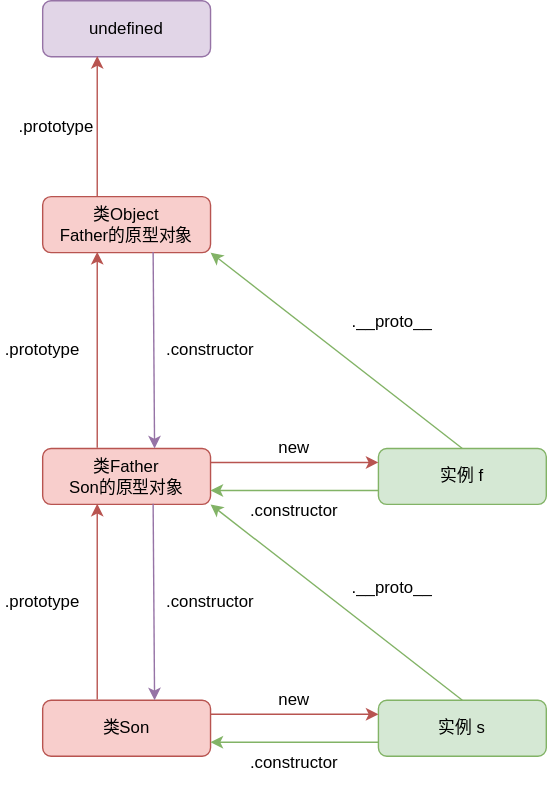
Above: images/javascript/prototype-chain.svg in overnote/over-javascript (draw.io), before the change. Source tidied: cells renumbered, new cells last; positions are measured from the earlier drawing's top-left corner, leaving out a move shared by most shapes. Source of this version:
```xml
<mxGraphModel>
  <root>
    <mxCell id="0" />
    <mxCell id="1" parent="0" />
    <mxCell id="2" value=".__proto__" style="text;html=1;strokeColor=none;fillColor=none;align=center;verticalAlign=middle;whiteSpace=wrap;rounded=0;" parent="1" vertex="1">
      <mxGeometry x="250" y="410" width="60" height="20" as="geometry" />
    </mxCell>
    <mxCell id="3" value=".constructor" style="text;html=1;strokeColor=none;fillColor=none;align=center;verticalAlign=middle;whiteSpace=wrap;rounded=0;" parent="1" vertex="1">
      <mxGeometry x="120" y="420" width="60" height="20" as="geometry" />
    </mxCell>
    <mxCell id="4" value=".prototype" style="text;html=1;strokeColor=none;fillColor=none;align=center;verticalAlign=middle;whiteSpace=wrap;rounded=0;" parent="1" vertex="1">
      <mxGeometry y="420" width="60" height="20" as="geometry" />
    </mxCell>
    <mxCell id="5" value="类Son" style="rounded=1;whiteSpace=wrap;html=1;fillColor=#f8cecc;strokeColor=#b85450;" parent="1" vertex="1">
      <mxGeometry x="30" y="500" width="120" height="40" as="geometry" />
    </mxCell>
    <mxCell id="6" value="实例 s" style="rounded=1;whiteSpace=wrap;html=1;fillColor=#d5e8d4;strokeColor=#82b366;" parent="1" vertex="1">
      <mxGeometry x="270" y="500" width="120" height="40" as="geometry" />
    </mxCell>
    <mxCell id="7" value="类Father&lt;br&gt;Son的原型对象" style="rounded=1;whiteSpace=wrap;html=1;fillColor=#f8cecc;strokeColor=#b85450;" parent="1" vertex="1">
      <mxGeometry x="30" y="320" width="120" height="40" as="geometry" />
    </mxCell>
    <mxCell id="8" style="endArrow=classic;html=1;exitX=0.5;exitY=0;exitDx=0;exitDy=0;entryX=1;entryY=1;entryDx=0;entryDy=0;fillColor=#d5e8d4;strokeColor=#82b366;" parent="1" edge="1" source="6" target="7">
      <mxGeometry relative="1" as="geometry" />
    </mxCell>
    <mxCell id="9" style="endArrow=classic;html=1;exitX=0.325;exitY=-0.012;exitDx=0;exitDy=0;entryX=0.325;entryY=0.988;entryDx=0;entryDy=0;fillColor=#f8cecc;strokeColor=#b85450;exitPerimeter=0;entryPerimeter=0;" parent="1" edge="1" source="5" target="7">
      <mxGeometry relative="1" as="geometry" />
    </mxCell>
    <mxCell id="10" value="new" style="text;html=1;strokeColor=none;fillColor=none;align=center;verticalAlign=middle;whiteSpace=wrap;rounded=0;" parent="1" vertex="1">
      <mxGeometry x="190" y="490" width="40" height="20" as="geometry" />
    </mxCell>
    <mxCell id="11" style="endArrow=classic;html=1;rounded=0;exitX=1;exitY=0.25;exitDx=0;exitDy=0;entryX=0;entryY=0.25;entryDx=0;entryDy=0;fillColor=#f8cecc;strokeColor=#b85450;" parent="1" edge="1" source="5" target="6">
      <mxGeometry relative="1" as="geometry" />
    </mxCell>
    <mxCell id="12" style="endArrow=classic;html=1;rounded=0;entryX=1;entryY=0.75;entryDx=0;entryDy=0;exitX=0;exitY=0.75;exitDx=0;exitDy=0;fillColor=#d5e8d4;strokeColor=#82b366;" parent="1" edge="1" source="6" target="5">
      <mxGeometry relative="1" as="geometry" />
    </mxCell>
    <mxCell id="13" value=".constructor" style="text;html=1;strokeColor=none;fillColor=none;align=center;verticalAlign=middle;whiteSpace=wrap;rounded=0;" parent="1" vertex="1">
      <mxGeometry x="180" y="530" width="60" height="30" as="geometry" />
    </mxCell>
    <mxCell id="14" style="endArrow=classic;html=1;rounded=0;exitX=0.658;exitY=0.988;exitDx=0;exitDy=0;fillColor=#e1d5e7;strokeColor=#9673a6;exitPerimeter=0;" parent="1" edge="1" source="7">
      <mxGeometry relative="1" as="geometry">
        <mxPoint x="110" y="500" as="targetPoint" />
      </mxGeometry>
    </mxCell>
    <mxCell id="15" value=".__proto__" style="text;html=1;strokeColor=none;fillColor=none;align=center;verticalAlign=middle;whiteSpace=wrap;rounded=0;" parent="1" vertex="1">
      <mxGeometry x="250" y="220" width="60" height="20" as="geometry" />
    </mxCell>
    <mxCell id="16" value=".constructor" style="text;html=1;strokeColor=none;fillColor=none;align=center;verticalAlign=middle;whiteSpace=wrap;rounded=0;" parent="1" vertex="1">
      <mxGeometry x="120" y="240" width="60" height="20" as="geometry" />
    </mxCell>
    <mxCell id="17" value=".prototype" style="text;html=1;strokeColor=none;fillColor=none;align=center;verticalAlign=middle;whiteSpace=wrap;rounded=0;" parent="1" vertex="1">
      <mxGeometry y="240" width="60" height="20" as="geometry" />
    </mxCell>
    <mxCell id="18" value="实例 f" style="rounded=1;whiteSpace=wrap;html=1;fillColor=#d5e8d4;strokeColor=#82b366;" parent="1" vertex="1">
      <mxGeometry x="270" y="320" width="120" height="40" as="geometry" />
    </mxCell>
    <mxCell id="19" value="类Object&lt;br&gt;Father的原型对象" style="rounded=1;whiteSpace=wrap;html=1;fillColor=#f8cecc;strokeColor=#b85450;" parent="1" vertex="1">
      <mxGeometry x="30" y="140" width="120" height="40" as="geometry" />
    </mxCell>
    <mxCell id="20" style="endArrow=classic;html=1;exitX=0.5;exitY=0;exitDx=0;exitDy=0;entryX=1;entryY=1;entryDx=0;entryDy=0;fillColor=#d5e8d4;strokeColor=#82b366;" parent="1" edge="1" source="18" target="19">
      <mxGeometry relative="1" as="geometry" />
    </mxCell>
    <mxCell id="21" style="endArrow=classic;html=1;exitX=0.325;exitY=-0.012;exitDx=0;exitDy=0;entryX=0.325;entryY=0.988;entryDx=0;entryDy=0;fillColor=#f8cecc;strokeColor=#b85450;exitPerimeter=0;entryPerimeter=0;" parent="1" edge="1" target="19">
      <mxGeometry relative="1" as="geometry">
        <mxPoint x="69" y="319.5" as="sourcePoint" />
      </mxGeometry>
    </mxCell>
    <mxCell id="22" style="endArrow=classic;html=1;rounded=0;exitX=0.658;exitY=0.988;exitDx=0;exitDy=0;fillColor=#e1d5e7;strokeColor=#9673a6;exitPerimeter=0;" parent="1" edge="1" source="19">
      <mxGeometry relative="1" as="geometry">
        <mxPoint x="110" y="320" as="targetPoint" />
      </mxGeometry>
    </mxCell>
    <mxCell id="23" value="new" style="text;html=1;strokeColor=none;fillColor=none;align=center;verticalAlign=middle;whiteSpace=wrap;rounded=0;" parent="1" vertex="1">
      <mxGeometry x="190" y="310" width="40" height="20" as="geometry" />
    </mxCell>
    <mxCell id="24" style="endArrow=classic;html=1;rounded=0;exitX=1;exitY=0.25;exitDx=0;exitDy=0;entryX=0;entryY=0.25;entryDx=0;entryDy=0;fillColor=#f8cecc;strokeColor=#b85450;" parent="1" edge="1">
      <mxGeometry relative="1" as="geometry">
        <mxPoint x="150" y="330" as="sourcePoint" />
        <mxPoint x="270" y="330" as="targetPoint" />
      </mxGeometry>
    </mxCell>
    <mxCell id="25" style="endArrow=classic;html=1;rounded=0;entryX=1;entryY=0.75;entryDx=0;entryDy=0;exitX=0;exitY=0.75;exitDx=0;exitDy=0;fillColor=#d5e8d4;strokeColor=#82b366;" parent="1" edge="1">
      <mxGeometry relative="1" as="geometry">
        <mxPoint x="270" y="350" as="sourcePoint" />
        <mxPoint x="150" y="350" as="targetPoint" />
      </mxGeometry>
    </mxCell>
    <mxCell id="26" value=".constructor" style="text;html=1;strokeColor=none;fillColor=none;align=center;verticalAlign=middle;whiteSpace=wrap;rounded=0;" parent="1" vertex="1">
      <mxGeometry x="180" y="350" width="60" height="30" as="geometry" />
    </mxCell>
    <mxCell id="27" value="undefined" style="rounded=1;whiteSpace=wrap;html=1;fillColor=#e1d5e7;strokeColor=#9673a6;" parent="1" vertex="1">
      <mxGeometry x="30" width="120" height="40" as="geometry" />
    </mxCell>
    <mxCell id="28" style="endArrow=classic;html=1;exitX=0.325;exitY=-0.012;exitDx=0;exitDy=0;entryX=0.325;entryY=0.988;entryDx=0;entryDy=0;fillColor=#f8cecc;strokeColor=#b85450;exitPerimeter=0;entryPerimeter=0;" parent="1" edge="1" target="27">
      <mxGeometry relative="1" as="geometry">
        <mxPoint x="69" y="140" as="sourcePoint" />
      </mxGeometry>
    </mxCell>
    <mxCell id="29" value=".prototype" style="text;html=1;strokeColor=none;fillColor=none;align=center;verticalAlign=middle;whiteSpace=wrap;rounded=0;" parent="1" vertex="1">
      <mxGeometry x="10" y="80" width="60" height="20" as="geometry" />
    </mxCell>
  </root>
</mxGraphModel>
```
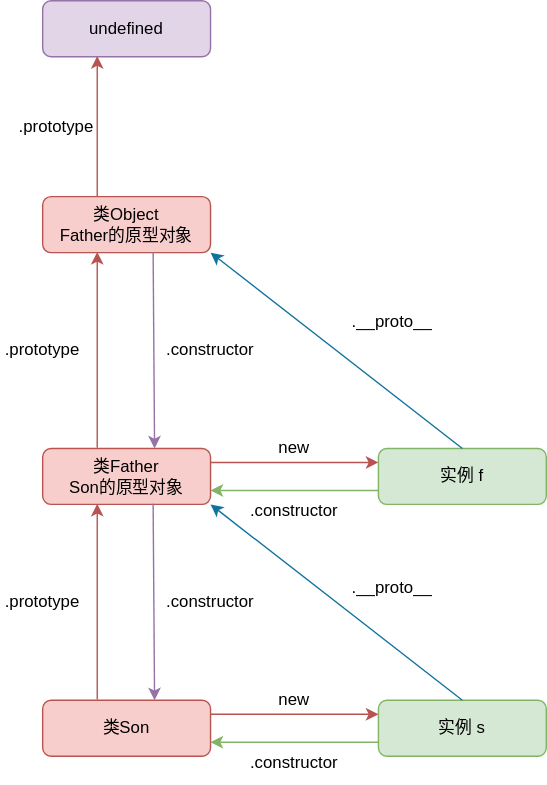
Later version of the same file.

Commit message:
修正原型链相关图片颜色

The edit, as a diff of the source:
```diff
@@ -20,7 +20,7 @@
     <mxCell id="7" value="类Father&lt;br&gt;Son的原型对象" style="rounded=1;whiteSpace=wrap;html=1;fillColor=#f8cecc;strokeColor=#b85450;" parent="1" vertex="1">
       <mxGeometry x="30" y="320" width="120" height="40" as="geometry" />
     </mxCell>
-    <mxCell id="8" style="endArrow=classic;html=1;exitX=0.5;exitY=0;exitDx=0;exitDy=0;entryX=1;entryY=1;entryDx=0;entryDy=0;fillColor=#d5e8d4;strokeColor=#82b366;" parent="1" edge="1" source="6" target="7">
+    <mxCell id="8" style="endArrow=classic;html=1;exitX=0.5;exitY=0;exitDx=0;exitDy=0;entryX=1;entryY=1;entryDx=0;entryDy=0;fillColor=#b1ddf0;strokeColor=#10739e;" parent="1" edge="1" source="6" target="7">
       <mxGeometry relative="1" as="geometry" />
     </mxCell>
     <mxCell id="9" style="endArrow=classic;html=1;exitX=0.325;exitY=-0.012;exitDx=0;exitDy=0;entryX=0.325;entryY=0.988;entryDx=0;entryDy=0;fillColor=#f8cecc;strokeColor=#b85450;exitPerimeter=0;entryPerimeter=0;" parent="1" edge="1" source="5" target="7">
@@ -58,7 +58,7 @@
     <mxCell id="19" value="类Object&lt;br&gt;Father的原型对象" style="rounded=1;whiteSpace=wrap;html=1;fillColor=#f8cecc;strokeColor=#b85450;" parent="1" vertex="1">
       <mxGeometry x="30" y="140" width="120" height="40" as="geometry" />
     </mxCell>
-    <mxCell id="20" style="endArrow=classic;html=1;exitX=0.5;exitY=0;exitDx=0;exitDy=0;entryX=1;entryY=1;entryDx=0;entryDy=0;fillColor=#d5e8d4;strokeColor=#82b366;" parent="1" edge="1" source="18" target="19">
+    <mxCell id="20" style="endArrow=classic;html=1;exitX=0.5;exitY=0;exitDx=0;exitDy=0;entryX=1;entryY=1;entryDx=0;entryDy=0;fillColor=#b1ddf0;strokeColor=#10739e;" parent="1" edge="1" source="18" target="19">
       <mxGeometry relative="1" as="geometry" />
     </mxCell>
     <mxCell id="21" style="endArrow=classic;html=1;exitX=0.325;exitY=-0.012;exitDx=0;exitDy=0;entryX=0.325;entryY=0.988;entryDx=0;entryDy=0;fillColor=#f8cecc;strokeColor=#b85450;exitPerimeter=0;entryPerimeter=0;" parent="1" edge="1" target="19">
```
